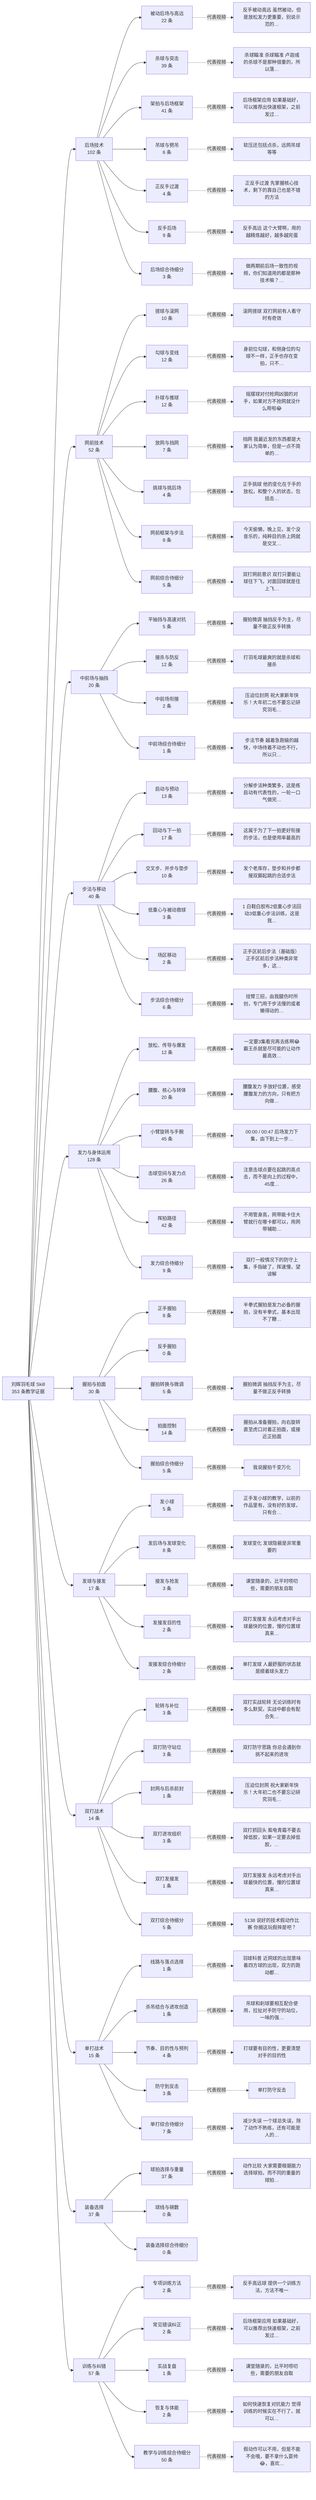
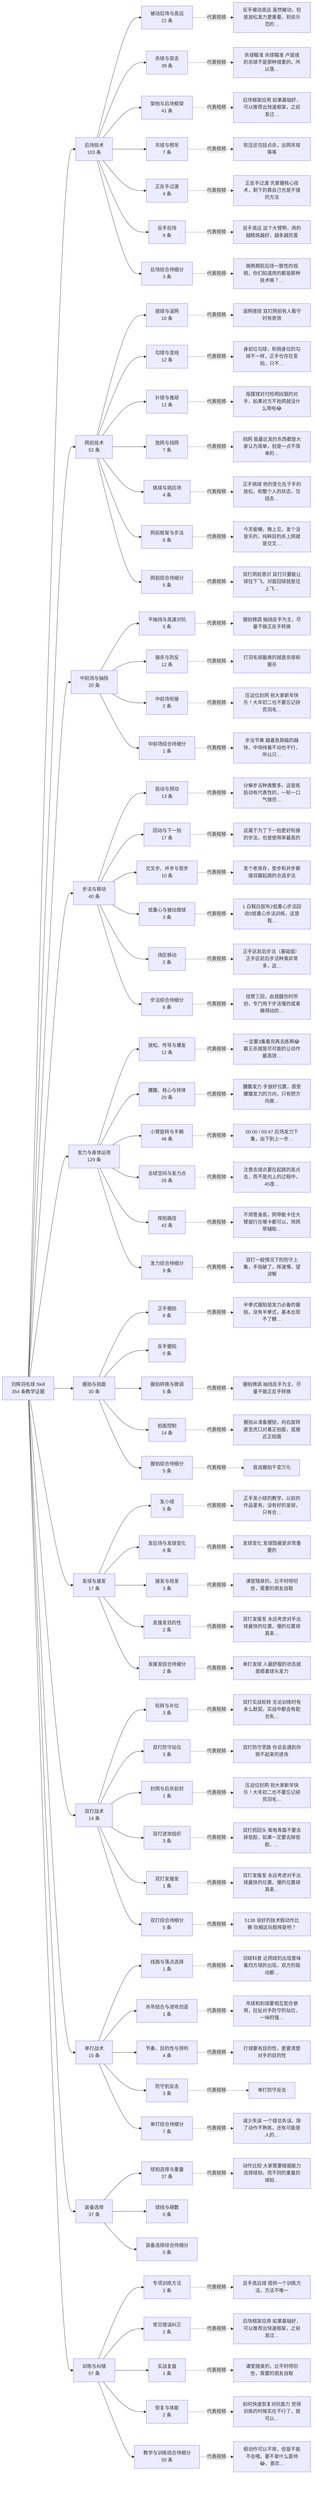
flowchart LR
-   root["刘辉羽毛球 Skill<br/>353 条教学证据"]
-   c0["后场技术<br/>102 条"]
+   root["刘辉羽毛球 Skill<br/>354 条教学证据"]
+   c0["后场技术<br/>103 条"]
  root --> c0
  s0_0["被动后场与高远<br/>22 条"]
  c0 --> s0_0
  v0_0["反手被动高远 虽然被动，但是放松发力更重要，别说示范的…"]
  s0_0 -.代表视频.-> v0_0
  s0_1["杀球与突击<br/>39 条"]
  c0 --> s0_1
  v0_1["杀球瞄准 杀球瞄准 卢迦彧的杀球不是那种很重的，所以落…"]
  s0_1 -.代表视频.-> v0_1
  s0_2["架拍与后场框架<br/>41 条"]
  c0 --> s0_2
  v0_2["后场框架应用 如果基础好，可以推荐出快速框架，之前发过…"]
  s0_2 -.代表视频.-> v0_2
-   s0_3["吊球与劈吊<br/>6 条"]
+   s0_3["吊球与劈吊<br/>7 条"]
  c0 --> s0_3
  v0_3["软压还包括点杀，远网吊球等等"]
  s0_3 -.代表视频.-> v0_3
  s0_4["正反手过渡<br/>4 条"]
  c0 --> s0_4
  v0_4["正反手过渡 先掌握核心技术，剩下的靠自己也是不错的方法"]
  s0_4 -.代表视频.-> v0_4
  s0_5["反手后场<br/>9 条"]
  c0 --> s0_5
  v0_5["反手高远 这个大臂啊，用的越精炼越好，越多越完蛋"]
  s0_5 -.代表视频.-> v0_5
  s0_6["后场综合待细分<br/>3 条"]
  c0 --> s0_6
  v0_6["做两期前后场一致性的视频，你们知道用的都是那种技术嘛？…"]
  s0_6 -.代表视频.-> v0_6
  c1["网前技术<br/>52 条"]
  root --> c1
  s1_0["搓球与滚网<br/>10 条"]
  c1 --> s1_0
  v1_0["滚网搓球 双打网前有人看守时有奇效"]
  s1_0 -.代表视频.-> v1_0
  s1_1["勾球与变线<br/>12 条"]
  c1 --> s1_1
  v1_1["身前位勾球，和侧身位的勾球不一样，正手也存在变拍，只不…"]
  s1_1 -.代表视频.-> v1_1
  s1_2["扑球与推球<br/>12 条"]
  c1 --> s1_2
  v1_2["摇摆球对付抢网凶狠的对手，如果对方不抢网就没什么用啦😂"]
  s1_2 -.代表视频.-> v1_2
  s1_3["放网与挡网<br/>7 条"]
  c1 --> s1_3
  v1_3["挡网 我最近发的东西都是大家认为简单，但是一点不简单的…"]
  s1_3 -.代表视频.-> v1_3
  s1_4["挑球与挑后场<br/>4 条"]
  c1 --> s1_4
  v1_4["正手挑球 他的变化在于手的放松，和整个人的状态，包括击…"]
  s1_4 -.代表视频.-> v1_4
  s1_5["网前框架与步法<br/>8 条"]
  c1 --> s1_5
  v1_5["今天偷懒，晚上见，发个没音乐的，纯粹目的杀上网就是交叉…"]
  s1_5 -.代表视频.-> v1_5
  s1_6["网前综合待细分<br/>5 条"]
  c1 --> s1_6
  v1_6["双打网前意识 双打只要能让球往下飞，对面回球就是往上飞…"]
  s1_6 -.代表视频.-> v1_6
  c2["中前场与抽挡<br/>20 条"]
  root --> c2
  s2_0["平抽挡与高速对抗<br/>5 条"]
  c2 --> s2_0
  v2_0["握拍微调 抽挡反手为主，尽量不做正反手转换"]
  s2_0 -.代表视频.-> v2_0
  s2_1["接杀与防反<br/>12 条"]
  c2 --> s2_1
  v2_1["打羽毛球最爽的就是杀球和接杀"]
  s2_1 -.代表视频.-> v2_1
  s2_2["中前场衔接<br/>2 条"]
  c2 --> s2_2
  v2_2["压迫位封网 祝大家新年快乐！大年初二也不要忘记研究羽毛…"]
  s2_2 -.代表视频.-> v2_2
  s2_3["中前场综合待细分<br/>1 条"]
  c2 --> s2_3
  v2_3["步法节奏 越着急跑输的越快，中场待着不动也不行，所以只…"]
  s2_3 -.代表视频.-> v2_3
  c3["步法与移动<br/>40 条"]
  root --> c3
  s3_0["启动与预动<br/>13 条"]
  c3 --> s3_0
  v3_0["分解步法种类繁多，这是练启动有代表性的，一轮一口气做完…"]
  s3_0 -.代表视频.-> v3_0
  s3_1["回动与下一拍<br/>17 条"]
  c3 --> s3_1
  v3_1["这属于为了下一拍更好衔接的步法，也是使用率最高的"]
  s3_1 -.代表视频.-> v3_1
  s3_2["交叉步、并步与垫步<br/>10 条"]
  c3 --> s3_2
  v3_2["发个老库存，垫步和并步都接双脚起跳的合适步法"]
  s3_2 -.代表视频.-> v3_2
  s3_3["低重心与被动救球<br/>3 条"]
  c3 --> s3_3
  v3_3["1 白鞋白胶布2低重心步法回动3低重心步法训练，这是我…"]
  s3_3 -.代表视频.-> v3_3
  s3_4["场区移动<br/>2 条"]
  c3 --> s3_4
  v3_4["正手区前后步法（基础版） 正手区前后步法种类非常多，这…"]
  s3_4 -.代表视频.-> v3_4
  s3_5["步法综合待细分<br/>6 条"]
  c3 --> s3_5
  v3_5["挂臂三招，由我腿伤时所创，专门用于步法慢的或者懒得动的…"]
  s3_5 -.代表视频.-> v3_5
-   c4["发力与身体运用<br/>128 条"]
+   c4["发力与身体运用<br/>129 条"]
  root --> c4
  s4_0["放松、传导与爆发<br/>12 条"]
  c4 --> s4_0
  v4_0["一定要3集看完再去练啊😂霸王杀就是尽可能的让动作最高效…"]
  s4_0 -.代表视频.-> v4_0
  s4_1["腰腹、核心与转体<br/>20 条"]
  c4 --> s4_1
  v4_1["腰腹发力 手放好位置，感受腰腹发力的方向，只有把方向做…"]
  s4_1 -.代表视频.-> v4_1
-   s4_2["小臂旋转与手腕<br/>45 条"]
+   s4_2["小臂旋转与手腕<br/>46 条"]
  c4 --> s4_2
  v4_2["00:00 / 00:47 后场发力下集，由下到上一步…"]
  s4_2 -.代表视频.-> v4_2
  s4_3["击球空间与发力点<br/>26 条"]
  c4 --> s4_3
  v4_3["注意击球点要在起跳的高点击，而不是向上的过程中，45度…"]
  s4_3 -.代表视频.-> v4_3
  s4_4["挥拍路径<br/>42 条"]
  c4 --> s4_4
  v4_4["不用管身高，网带能卡住大臂就行在哪卡都可以，用网带辅助…"]
  s4_4 -.代表视频.-> v4_4
  s4_5["发力综合待细分<br/>9 条"]
  c4 --> s4_5
  v4_5["双打一般情况下的防守上集，手指破了，挥速慢，望谅解"]
  s4_5 -.代表视频.-> v4_5
  c5["握拍与拍面<br/>30 条"]
  root --> c5
  s5_0["正手握拍<br/>8 条"]
  c5 --> s5_0
  v5_0["半拳式握拍是发力必备的握拍，没有半拳式，基本出现不了鞭…"]
  s5_0 -.代表视频.-> v5_0
  s5_1["反手握拍<br/>0 条"]
  c5 --> s5_1
  s5_2["握拍转换与微调<br/>5 条"]
  c5 --> s5_2
  v5_2["握拍微调 抽挡反手为主，尽量不做正反手转换"]
  s5_2 -.代表视频.-> v5_2
  s5_3["拍面控制<br/>14 条"]
  c5 --> s5_3
  v5_3["握拍从准备握拍，向右旋转直至虎口对着正拍面，或接近正拍面"]
  s5_3 -.代表视频.-> v5_3
  s5_4["握拍综合待细分<br/>5 条"]
  c5 --> s5_4
  v5_4["我说握拍千变万化"]
  s5_4 -.代表视频.-> v5_4
  c6["发球与接发<br/>17 条"]
  root --> c6
  s6_0["发小球<br/>5 条"]
  c6 --> s6_0
  v6_0["正手发小球的教学，以前的作品里有，没有好的发球，只有合…"]
  s6_0 -.代表视频.-> v6_0
  s6_1["发后场与发球变化<br/>8 条"]
  c6 --> s6_1
  v6_1["发球变化 发球隐蔽是非常重要的"]
  s6_1 -.代表视频.-> v6_1
  s6_2["接发与抢发<br/>3 条"]
  c6 --> s6_2
  v6_2["课堂随录的，比平时唠叨些，需要的朋友自取"]
  s6_2 -.代表视频.-> v6_2
  s6_3["发接发目的性<br/>2 条"]
  c6 --> s6_3
  v6_3["双打发接发 永远考虑对手出球最快的位置，慢的位置球真来…"]
  s6_3 -.代表视频.-> v6_3
  s6_4["发接发综合待细分<br/>2 条"]
  c6 --> s6_4
  v6_4["单打发球 人最舒服的状态就是顺着球头发力"]
  s6_4 -.代表视频.-> v6_4
  c7["双打战术<br/>14 条"]
  root --> c7
  s7_0["轮转与补位<br/>3 条"]
  c7 --> s7_0
  v7_0["双打实战轮转 无论训练时有多么默契，实战中都会有配合失…"]
  s7_0 -.代表视频.-> v7_0
  s7_1["双打防守站位<br/>3 条"]
  c7 --> s7_1
  v7_1["双打防守思路 你总会遇到你挑不起来的进攻"]
  s7_1 -.代表视频.-> v7_1
  s7_2["封网与后杀前封<br/>1 条"]
  c7 --> s7_2
  v7_2["压迫位封网 祝大家新年快乐！大年初二也不要忘记研究羽毛…"]
  s7_2 -.代表视频.-> v7_2
  s7_3["双打进攻组织<br/>3 条"]
  c7 --> s7_3
  v7_3["双打抓回头 紫电青霜不要去掉低胶，如果一定要去掉低胶，…"]
  s7_3 -.代表视频.-> v7_3
  s7_4["双打发接发<br/>1 条"]
  c7 --> s7_4
  v7_4["双打发接发 永远考虑对手出球最快的位置，慢的位置球真来…"]
  s7_4 -.代表视频.-> v7_4
  s7_5["双打综合待细分<br/>5 条"]
  c7 --> s7_5
  v7_5["5138 说好的技术假动作比赛 你搁这玩假摔是吧？"]
  s7_5 -.代表视频.-> v7_5
  c8["单打战术<br/>15 条"]
  root --> c8
  s8_0["线路与落点选择<br/>1 条"]
  c8 --> s8_0
  v8_0["羽球科普 近网球的出现意味着四方球的出现，双方的跑动都…"]
  s8_0 -.代表视频.-> v8_0
  s8_1["杀吊结合与进攻创造<br/>1 条"]
  c8 --> s8_1
  v8_1["吊球和刹球要相互配合使用，拉扯对手防守的站位，一味的强…"]
  s8_1 -.代表视频.-> v8_1
  s8_2["节奏、目的性与预判<br/>4 条"]
  c8 --> s8_2
  v8_2["打球要有目的性，更要清楚对手的目的性"]
  s8_2 -.代表视频.-> v8_2
  s8_3["防守到反击<br/>3 条"]
  c8 --> s8_3
  v8_3["单打防守反击"]
  s8_3 -.代表视频.-> v8_3
  s8_4["单打综合待细分<br/>7 条"]
  c8 --> s8_4
  v8_4["减少失误 一个球总失误，除了动作不熟练，还有可能是人的…"]
  s8_4 -.代表视频.-> v8_4
  c9["装备选择<br/>37 条"]
  root --> c9
  s9_0["球拍选择与重量<br/>37 条"]
  c9 --> s9_0
  v9_0["动作比较 大家需要根据能力选择球拍，而不同的重量的球拍…"]
  s9_0 -.代表视频.-> v9_0
  s9_1["球线与磅数<br/>0 条"]
  c9 --> s9_1
  s9_2["装备选择综合待细分<br/>0 条"]
  c9 --> s9_2
  c10["训练与纠错<br/>57 条"]
  root --> c10
  s10_0["专项训练方法<br/>2 条"]
  c10 --> s10_0
  v10_0["反手高远球 提供一个训练方法，方法不唯一"]
  s10_0 -.代表视频.-> v10_0
  s10_1["常见错误纠正<br/>2 条"]
  c10 --> s10_1
  v10_1["后场框架应用 如果基础好，可以推荐出快速框架，之前发过…"]
  s10_1 -.代表视频.-> v10_1
  s10_2["实战复盘<br/>1 条"]
  c10 --> s10_2
  v10_2["课堂随录的，比平时唠叨些，需要的朋友自取"]
  s10_2 -.代表视频.-> v10_2
  s10_3["恢复与体能<br/>2 条"]
  c10 --> s10_3
  v10_3["如何快速恢复对抗能力 觉得训练的时候实在不行了，就可以…"]
  s10_3 -.代表视频.-> v10_3
  s10_4["教学与训练综合待细分<br/>50 条"]
  c10 --> s10_4
  v10_4["假动作可以不用，但是不能不会哦，要不拿什么耍帅😂，喜欢…"]
  s10_4 -.代表视频.-> v10_4
